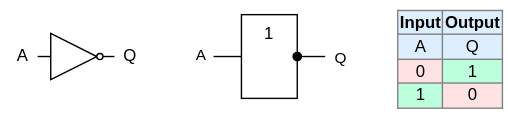
This is .pic/Introduction/How FPGA works/fig_04.drawio.svg from MPSU/APS, a draw.io export, as it was before one commit. Source tidied: cells renumbered, new cells last; positions are measured from the earlier drawing's top-left corner, leaving out a move shared by most shapes.
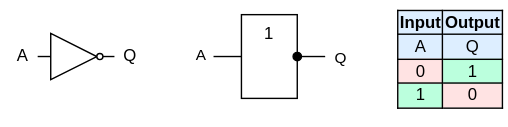
Above is the later version.

What changed in the source:
```diff
@@ -34,7 +34,7 @@
         <mxPoint x="14" y="1" as="offset" />
       </mxGeometry>
     </mxCell>
-    <mxCell id="10" value="&lt;table border=&quot;1&quot; class=&quot;wikitable&quot; style=&quot;float: right; border: 1px solid rgb(128, 128, 128); border-collapse: collapse;&quot;&gt;&lt;tbody&gt;&lt;tr style=&quot;background:#def; text-align:center;&quot;&gt;&lt;td style=&quot;border: 1px solid rgb(128, 128, 128);&quot;&gt;&lt;b&gt;Input&lt;/b&gt;&lt;/td&gt;&lt;td style=&quot;border: 1px solid rgb(128, 128, 128);&quot;&gt;&lt;b&gt;Output&lt;/b&gt;&lt;br&gt;&lt;/td&gt;&lt;/tr&gt;&lt;tr style=&quot;background:#def; text-align:center;&quot;&gt;&lt;td style=&quot;border: 1px solid rgb(128, 128, 128);&quot;&gt;A&lt;/td&gt;&lt;td style=&quot;border: 1px solid rgb(128, 128, 128);&quot;&gt;Q&lt;br&gt;&lt;/td&gt;&lt;/tr&gt;&lt;tr&gt;&lt;td style=&quot;background: #FFE3E3; color: black; vertical-align: middle; text-align: center; border: 1px solid rgb(128, 128, 128);&quot; class=&quot;table-no2&quot;&gt;0&lt;/td&gt;&lt;td style=&quot;background:#bfd; color:black; vertical-align:middle; text-align:center; border: 1px solid rgb(128, 128, 128);&quot; class=&quot;table-yes2&quot;&gt;1&lt;br&gt;&lt;/td&gt;&lt;/tr&gt;&lt;tr&gt;&lt;td style=&quot;background:#bfd; color:black; vertical-align:middle; text-align:center; border: 1px solid rgb(128, 128, 128);&quot; class=&quot;table-yes2&quot;&gt;1&lt;/td&gt;&lt;td style=&quot;background: #FFE3E3; color: black; vertical-align: middle; text-align: center; border: 1px solid rgb(128, 128, 128);&quot; class=&quot;table-no2&quot;&gt;0&lt;br&gt;&lt;/td&gt;&lt;/tr&gt;&lt;/tbody&gt;&lt;/table&gt;" style="text;whiteSpace=wrap;html=1;" parent="1" vertex="1">
+    <mxCell id="10" value="&lt;table border=&quot;1&quot; class=&quot;wikitable&quot; style=&quot;float: right; border: 1px solid rgb(0, 0, 0); border-collapse: collapse;&quot;&gt;&lt;tbody&gt;&lt;tr style=&quot;background:#def; text-align:center;&quot;&gt;&lt;td style=&quot;border: 1px solid rgb(0, 0, 0);&quot;&gt;&lt;b&gt;Input&lt;/b&gt;&lt;/td&gt;&lt;td style=&quot;border: 1px solid rgb(0, 0, 0);&quot;&gt;&lt;b&gt;Output&lt;/b&gt;&lt;br&gt;&lt;/td&gt;&lt;/tr&gt;&lt;tr style=&quot;background:#def; text-align:center;&quot;&gt;&lt;td style=&quot;border: 1px solid rgb(0, 0, 0);&quot;&gt;A&lt;/td&gt;&lt;td style=&quot;border: 1px solid rgb(0, 0, 0);&quot;&gt;Q&lt;br&gt;&lt;/td&gt;&lt;/tr&gt;&lt;tr&gt;&lt;td style=&quot;background: #FFE3E3; color: black; vertical-align: middle; text-align: center; border: 1px solid rgb(0, 0, 0);&quot; class=&quot;table-no2&quot;&gt;0&lt;/td&gt;&lt;td style=&quot;background:#bfd; color:black; vertical-align:middle; text-align:center; border: 1px solid rgb(0, 0, 0);&quot; class=&quot;table-yes2&quot;&gt;1&lt;br&gt;&lt;/td&gt;&lt;/tr&gt;&lt;tr&gt;&lt;td style=&quot;background:#bfd; color:black; vertical-align:middle; text-align:center; border: 1px solid rgb(0, 0, 0);&quot; class=&quot;table-yes2&quot;&gt;1&lt;/td&gt;&lt;td style=&quot;background: #FFE3E3; color: black; vertical-align: middle; text-align: center; border: 1px solid rgb(0, 0, 0);&quot; class=&quot;table-no2&quot;&gt;0&lt;br&gt;&lt;/td&gt;&lt;/tr&gt;&lt;/tbody&gt;&lt;/table&gt;" style="text;whiteSpace=wrap;html=1;" parent="1" vertex="1">
       <mxGeometry x="282" width="80" height="90" as="geometry" />
     </mxCell>
   </root>
```
